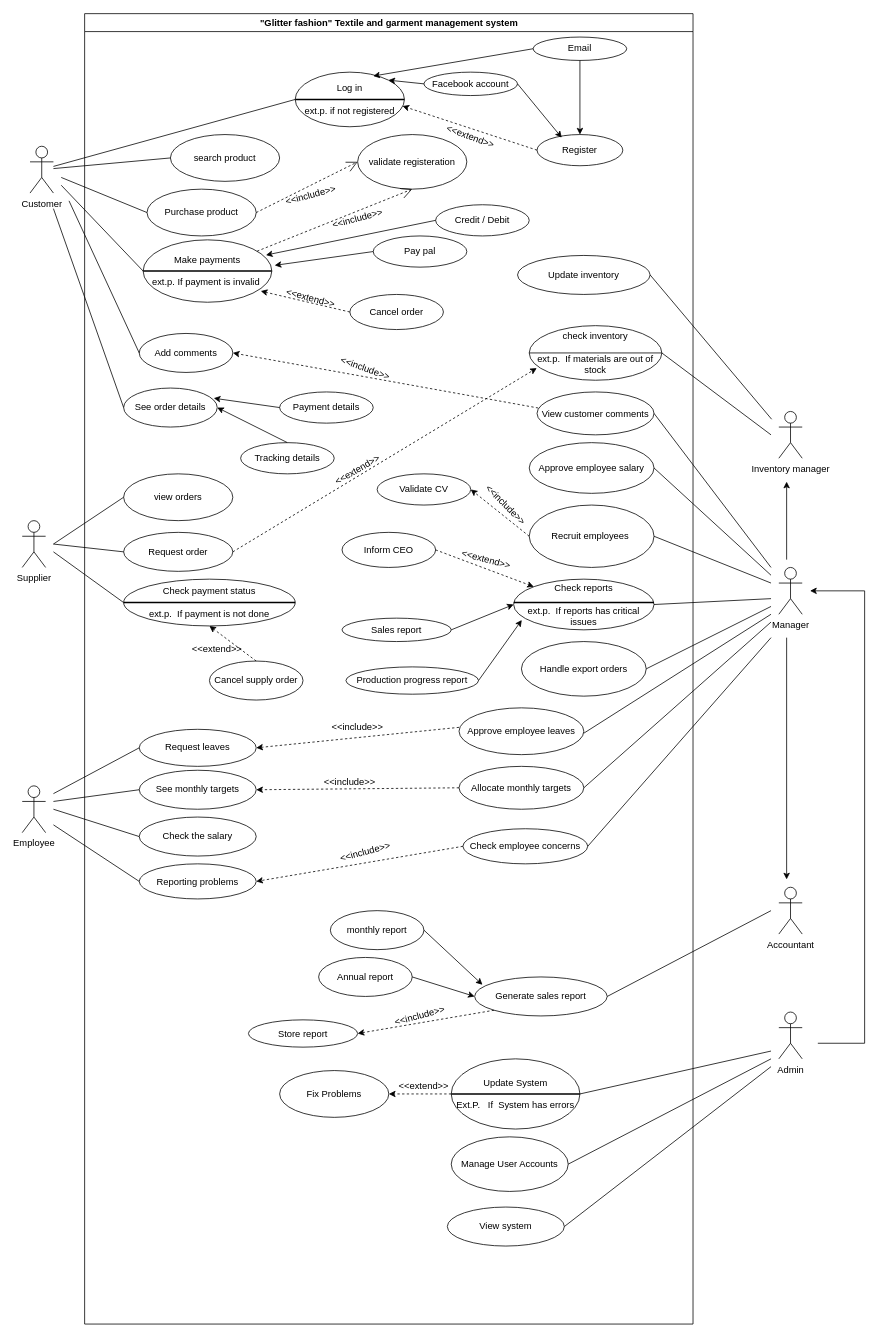
The draw.io diagram Untitled Diagram (3) (1).drawio in nxdun/nxdun, before the edit. Source tidied: cells renumbered, new cells numbered last; positions are measured from the earlier drawing's top-left corner, leaving out a move shared by most shapes. Both pictures are drawn from the tidied source at 78%, with x=0, y=0 at pixel (22, 13).
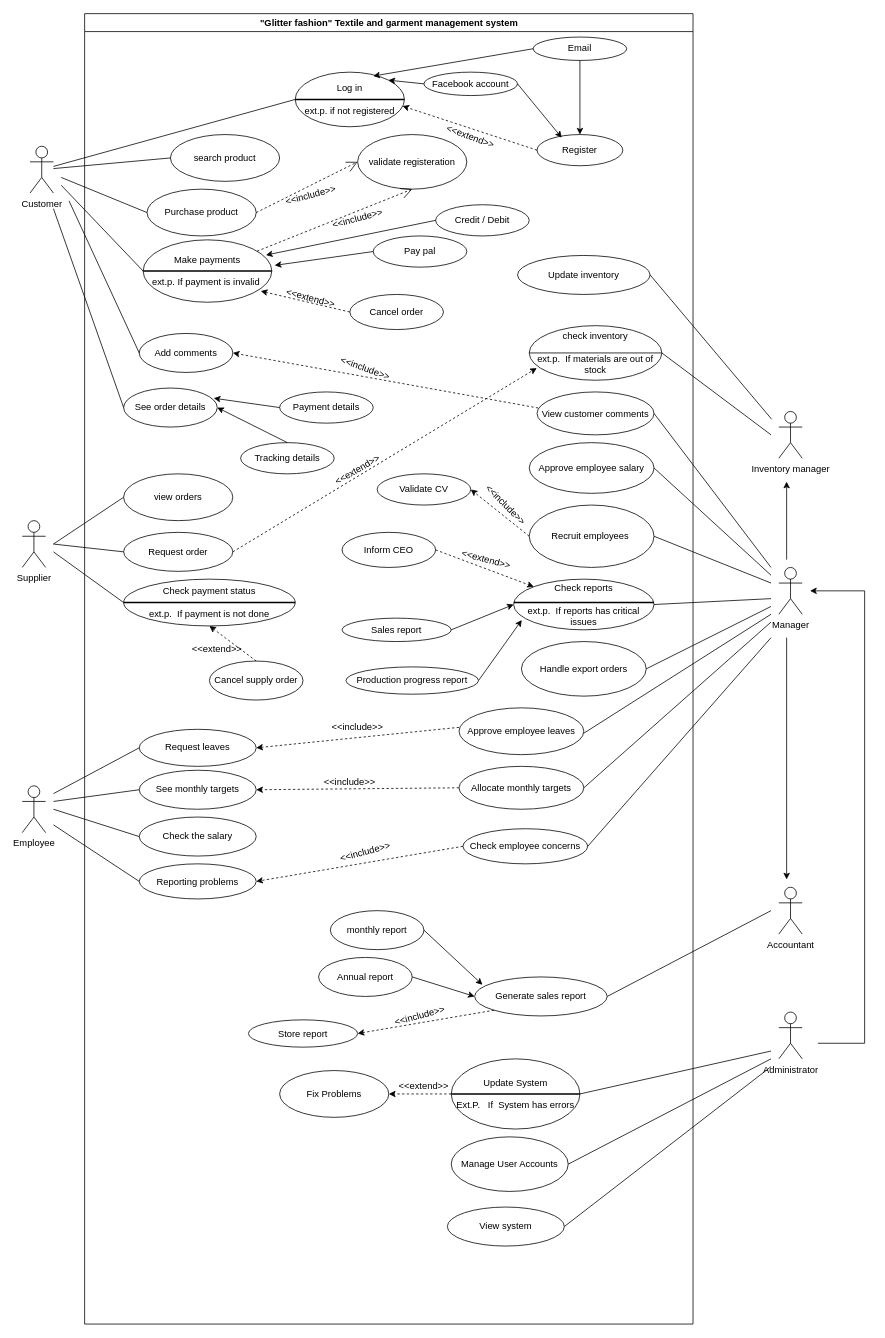
After the change.

Diff of the diagram source:
```diff
@@
-    <mxCell id="124" value="Admin" style="shape=umlActor;verticalLabelPosition=bottom;verticalAlign=top;html=1;" parent="1" vertex="1">
+    <mxCell id="124" value="Administrator" style="shape=umlActor;verticalLabelPosition=bottom;verticalAlign=top;html=1;" parent="1" vertex="1">
       <mxGeometry x="970" y="1280" width="30" height="60" as="geometry" />
     </mxCell>
```
